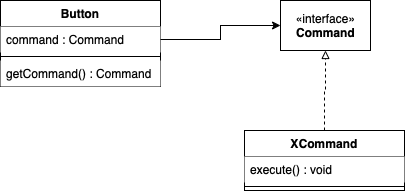
Above: docs/images/UML/command.png in FEUP-LDTS-2021/ldts-project-assignment-g1006 (draw.io), before the change. Source tidied: cells renumbered, new cells last; positions are measured from the earlier drawing's top-left corner, leaving out a move shared by most shapes.
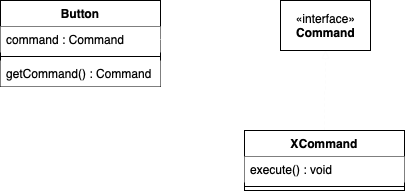
After the commit.

Commit message:
Command arrows update

What changed in the source:
```diff
@@ -17,7 +17,7 @@
     <mxCell id="6" value="getCommand() : Command" style="text;strokeColor=none;fillColor=default;align=left;verticalAlign=top;spacingLeft=4;spacingRight=4;overflow=hidden;" parent="3" vertex="1">
       <mxGeometry y="60" width="160" height="26" as="geometry" />
     </mxCell>
-    <mxCell id="7" style="edgeStyle=orthogonalEdgeStyle;rounded=0;jettySize=auto;html=1;exitX=0.5;exitY=0;exitDx=0;exitDy=0;entryX=1;entryY=0.5;entryDx=0;entryDy=0;dashed=1;startArrow=none;startFill=0;endArrow=block;endFill=0;strokeWidth=1;" parent="1" edge="1" source="8" target="2">
+    <mxCell id="7" style="edgeStyle=orthogonalEdgeStyle;rounded=0;jettySize=auto;html=1;exitX=0.5;exitY=0;exitDx=0;exitDy=0;entryX=1;entryY=0.5;entryDx=0;entryDy=0;dashed=1;startArrow=none;startFill=0;endArrow=block;endFill=0;strokeWidth=1;strokeColor=#FCFCFC;" parent="1" edge="1" source="8" target="2">
       <mxGeometry relative="1" as="geometry" />
     </mxCell>
     <mxCell id="8" value="XCommand" style="swimlane;fontStyle=1;align=center;verticalAlign=top;horizontal=1;startSize=26;" parent="1" vertex="1">
@@ -29,7 +29,7 @@
     <mxCell id="10" style="line;strokeWidth=1;fillColor=none;align=left;verticalAlign=middle;spacingTop=-1;spacingLeft=3;spacingRight=3;labelPosition=right;" parent="8" vertex="1">
       <mxGeometry y="52" width="160" height="8" as="geometry" />
     </mxCell>
-    <mxCell id="11" style="edgeStyle=orthogonalEdgeStyle;rounded=0;jettySize=auto;html=1;entryX=0.5;entryY=1;entryDx=0;entryDy=0;startArrow=none;startFill=0;endArrow=classic;endFill=1;strokeWidth=1;" parent="1" edge="1" source="4" target="2">
+    <mxCell id="11" style="edgeStyle=orthogonalEdgeStyle;rounded=0;jettySize=auto;html=1;entryX=0.5;entryY=1;entryDx=0;entryDy=0;startArrow=none;startFill=0;endArrow=classic;endFill=1;strokeWidth=1;strokeColor=#FFFFFF;" parent="1" edge="1" source="4" target="2">
       <mxGeometry relative="1" as="geometry" />
     </mxCell>
   </root>
```
